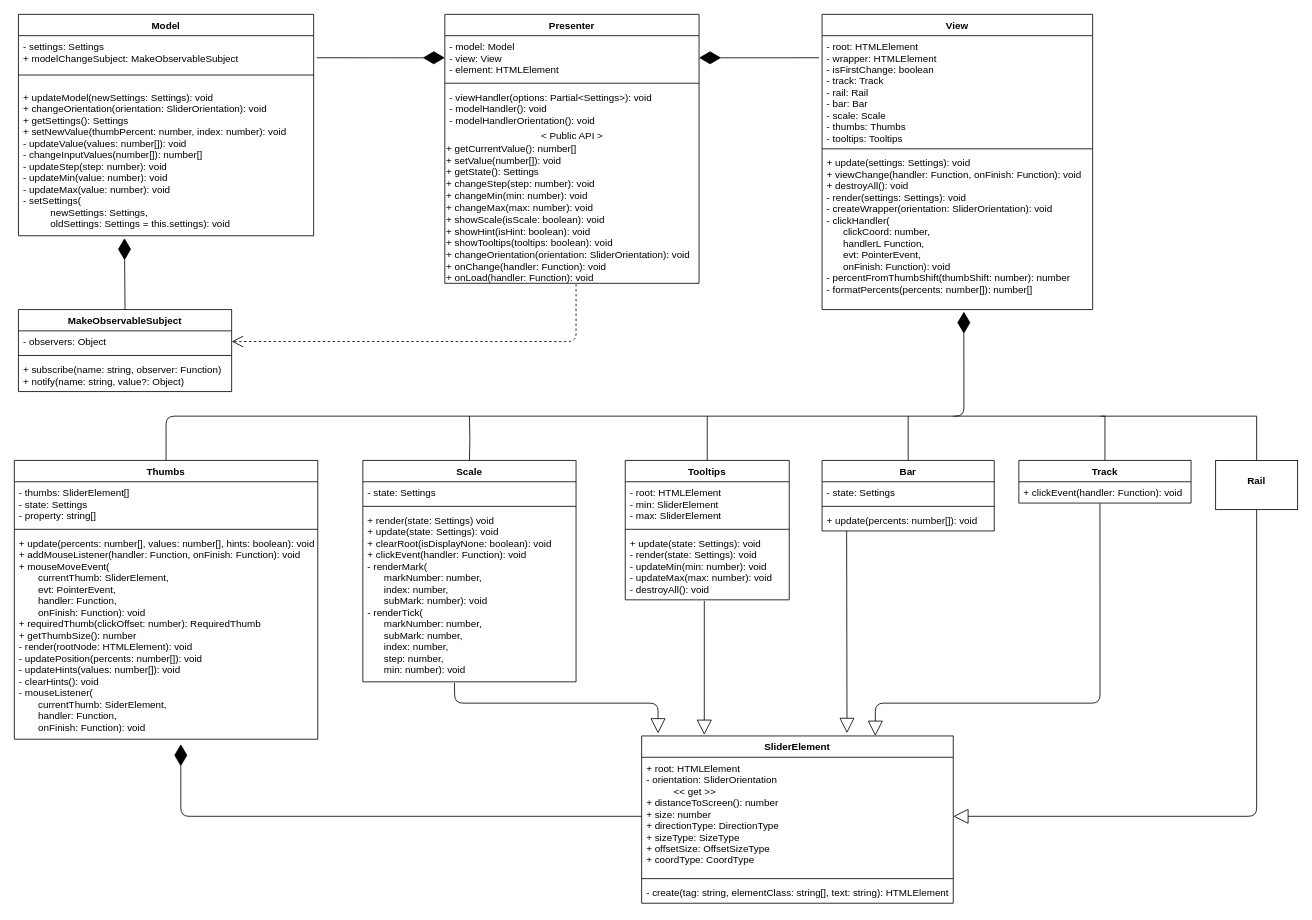
PsarewIvan/fsd-task2 keeps this draw.io diagram as src/UML/UML.drawio. Above is the earlier version. Source tidied: cells renumbered, new cells numbered last; positions are measured from the earlier drawing's top-left corner, leaving out a move shared by most shapes. Both pictures are drawn from the tidied source at 82%, with x=0, y=0 at pixel (14, 14).
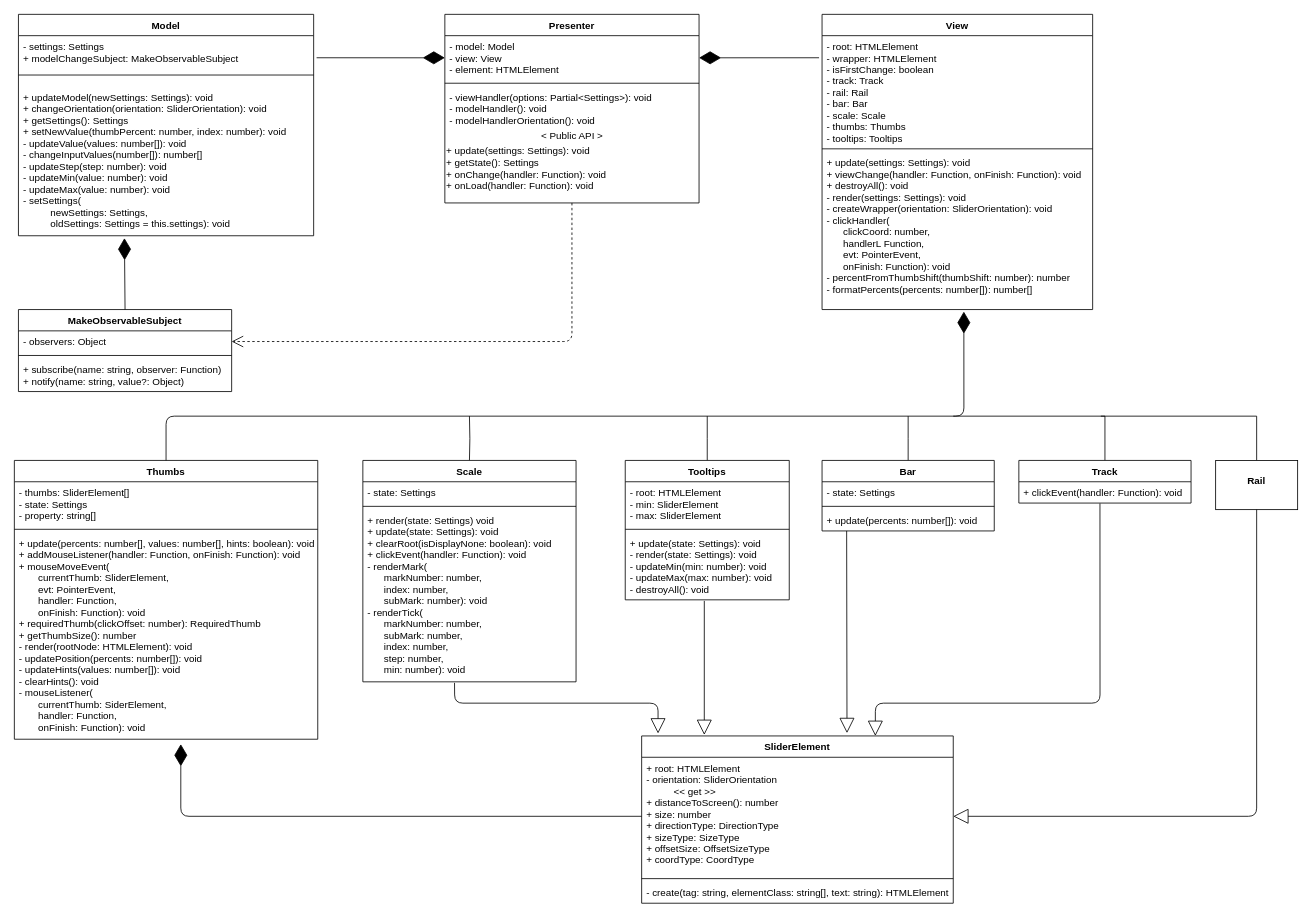
The same page after the edit.

The change refers to these unchanged cells:
```xml
<mxCell id="18" value="- observers: Object" style="text;strokeColor=none;fillColor=none;align=left;verticalAlign=top;spacingLeft=4;spacingRight=4;overflow=hidden;points=[[0,0.5],[1,0.5]];portConstraint=eastwest;" parent="17" vertex="1">
  <mxGeometry y="26" width="260" height="26" as="geometry" />
</mxCell>
```

What changed in the source:
```diff
@@
     <mxCell id="3" value="Presenter" style="swimlane;fontStyle=1;align=center;verticalAlign=top;horizontal=1;startSize=26;rounded=0;shadow=0;strokeWidth=1;" parent="1" vertex="1">
-      <mxGeometry x="525" width="310" height="328" as="geometry" />
+      <mxGeometry x="525" width="310" height="230" as="geometry" />
     </mxCell>
@@
-    <mxCell id="8" value="+ getCurrentValue(): number[]&lt;br&gt;+ setValue(number[]): void&lt;br&gt;+ getState(): Settings&lt;br&gt;+ changeStep(step: number): void&lt;br&gt;+ changeMin(min: number): void&lt;br&gt;+ changeMax(max: number): void&lt;br&gt;+ showScale(isScale: boolean): void&lt;br&gt;+ showHint(isHint: boolean): void&lt;br&gt;+ showTooltips(tooltips: boolean): void&lt;br&gt;+ changeOrientation(orientation: SliderOrientation): void&lt;br&gt;+ onChange(handler: Function): void&lt;br&gt;+ onLoad(handler: Function): void" style="text;html=1;align=left;verticalAlign=middle;" parent="3" vertex="1">
-      <mxGeometry y="158" width="310" height="170" as="geometry" />
+    <mxCell id="8" value="+ update(settings: Settings): void&lt;br&gt;+ getState(): Settings&lt;br&gt;+ onChange(handler: Function): void&lt;br&gt;+ onLoad(handler: Function): void" style="text;html=1;align=left;verticalAlign=middle;" parent="3" vertex="1">
+      <mxGeometry y="158" width="310" height="60" as="geometry" />
     </mxCell>
@@
-    <mxCell id="49" style="endArrow=open;endSize=12;dashed=1;html=1;entryX=1;entryY=0.5;entryDx=0;entryDy=0;" parent="1" edge="1" target="18">
+    <mxCell id="49" style="endArrow=open;endSize=12;dashed=1;html=1;entryX=1;entryY=0.5;entryDx=0;entryDy=0;exitX=0.5;exitY=1;exitDx=0;exitDy=0;" parent="1" edge="1" source="3" target="18">
       <mxGeometry relative="1" as="geometry">
-        <mxPoint x="685" y="329" as="sourcePoint" />
         <Array as="points">
-          <mxPoint x="685" y="399" />
+          <mxPoint x="680" y="399" />
         </Array>
       </mxGeometry>
     </mxCell>
```
